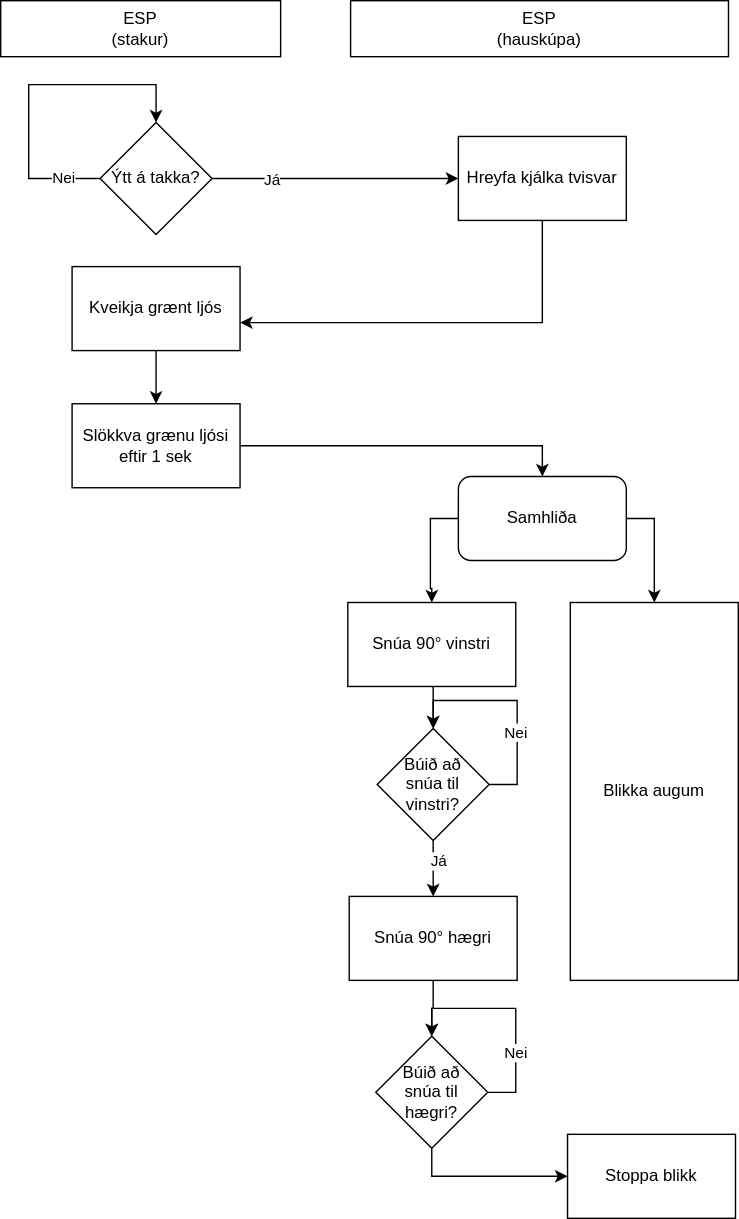
Above: Myndir/V25_v3_4.drawio.svg in VESM3/IOT (draw.io), before the change. Source tidied: cells renumbered, new cells last; positions are measured from the earlier drawing's top-left corner, leaving out a move shared by most shapes. Its diagram source:
```xml
<mxGraphModel>
  <root>
    <mxCell id="0" />
    <mxCell id="1" parent="0" />
    <mxCell id="2" value="ESP&lt;div&gt;(stakur)&lt;/div&gt;" style="shape=umlLifeline;perimeter=lifelinePerimeter;whiteSpace=wrap;html=1;newEdgeStyle={&quot;edgeStyle&quot;:&quot;elbowEdgeStyle&quot;,&quot;elbow&quot;:&quot;vertical&quot;,&quot;curved&quot;:0,&quot;rounded&quot;:0};" parent="1" vertex="1">
      <mxGeometry width="200" height="40" as="geometry" />
    </mxCell>
    <mxCell id="3" value="ESP&lt;div&gt;(hauskúpa)&lt;/div&gt;" style="shape=umlLifeline;perimeter=lifelinePerimeter;whiteSpace=wrap;html=1;newEdgeStyle={&quot;edgeStyle&quot;:&quot;elbowEdgeStyle&quot;,&quot;elbow&quot;:&quot;vertical&quot;,&quot;curved&quot;:0,&quot;rounded&quot;:0};" parent="1" vertex="1">
      <mxGeometry x="250" width="270" height="40" as="geometry" />
    </mxCell>
    <mxCell id="4" style="edgeStyle=orthogonalEdgeStyle;rounded=0;jettySize=auto;html=1;" parent="1" edge="1" source="6" target="9">
      <mxGeometry relative="1" as="geometry" />
    </mxCell>
    <mxCell id="5" value="Já" style="edgeLabel;html=1;align=center;verticalAlign=middle;" parent="4" vertex="1">
      <mxGeometry x="-0.29" y="1" relative="1" as="geometry">
        <mxPoint x="-21" y="1" as="offset" />
      </mxGeometry>
    </mxCell>
    <mxCell id="6" value="Ýtt á takka?" style="rhombus;whiteSpace=wrap;html=1;" parent="1" vertex="1">
      <mxGeometry x="71" y="87" width="80" height="80" as="geometry" />
    </mxCell>
    <mxCell id="7" style="edgeStyle=orthogonalEdgeStyle;rounded=0;orthogonalLoop=1;jettySize=auto;html=1;exitX=0;exitY=0.5;exitDx=0;exitDy=0;entryX=0.5;entryY=0;entryDx=0;entryDy=0;" parent="1" edge="1" source="6" target="6">
      <mxGeometry relative="1" as="geometry">
        <Array as="points">
          <mxPoint x="20" y="127" />
          <mxPoint x="20" y="60" />
          <mxPoint x="111" y="60" />
        </Array>
      </mxGeometry>
    </mxCell>
    <mxCell id="8" value="Nei" style="edgeLabel;html=1;align=center;verticalAlign=middle;" parent="7" vertex="1">
      <mxGeometry x="-0.77" y="-2" relative="1" as="geometry">
        <mxPoint y="1" as="offset" />
      </mxGeometry>
    </mxCell>
    <mxCell id="9" value="Hreyfa kjálka tvisvar" style="whiteSpace=wrap;html=1;" parent="1" vertex="1">
      <mxGeometry x="327" y="97" width="120" height="60" as="geometry" />
    </mxCell>
    <mxCell id="10" style="edgeStyle=orthogonalEdgeStyle;rounded=0;jettySize=auto;html=1;exitX=0.5;exitY=1;exitDx=0;exitDy=0;" parent="1" edge="1" source="9" target="12">
      <mxGeometry relative="1" as="geometry">
        <Array as="points">
          <mxPoint x="387" y="230" />
        </Array>
      </mxGeometry>
    </mxCell>
    <mxCell id="11" style="edgeStyle=orthogonalEdgeStyle;rounded=0;jettySize=auto;html=1;" parent="1" edge="1" source="12" target="14">
      <mxGeometry relative="1" as="geometry" />
    </mxCell>
    <mxCell id="12" value="Kveikja grænt ljós" style="whiteSpace=wrap;html=1;" parent="1" vertex="1">
      <mxGeometry x="51" y="190" width="120" height="60" as="geometry" />
    </mxCell>
    <mxCell id="13" style="edgeStyle=orthogonalEdgeStyle;rounded=0;jettySize=auto;html=1;exitX=1;exitY=0.5;exitDx=0;exitDy=0;entryX=0.5;entryY=0;entryDx=0;entryDy=0;" parent="1" edge="1" source="14" target="19">
      <mxGeometry relative="1" as="geometry" />
    </mxCell>
    <mxCell id="14" value="Slökkva grænu ljósi eftir 1 sek" style="whiteSpace=wrap;html=1;" parent="1" vertex="1">
      <mxGeometry x="51" y="288" width="120" height="60" as="geometry" />
    </mxCell>
    <mxCell id="15" style="edgeStyle=orthogonalEdgeStyle;rounded=0;jettySize=auto;html=1;exitX=0.5;exitY=1;exitDx=0;exitDy=0;entryX=0.5;entryY=0;entryDx=0;entryDy=0;" parent="1" edge="1" source="16" target="25">
      <mxGeometry relative="1" as="geometry" />
    </mxCell>
    <mxCell id="16" value="Snúa 90° vinstri" style="whiteSpace=wrap;html=1;" parent="1" vertex="1">
      <mxGeometry x="248" y="430" width="120" height="60" as="geometry" />
    </mxCell>
    <mxCell id="17" style="edgeStyle=orthogonalEdgeStyle;rounded=0;jettySize=auto;html=1;exitX=0;exitY=0.5;exitDx=0;exitDy=0;entryX=0.5;entryY=0;entryDx=0;entryDy=0;" parent="1" edge="1" source="19" target="16">
      <mxGeometry relative="1" as="geometry" />
    </mxCell>
    <mxCell id="18" style="edgeStyle=orthogonalEdgeStyle;rounded=0;jettySize=auto;html=1;exitX=1;exitY=0.5;exitDx=0;exitDy=0;entryX=0.5;entryY=0;entryDx=0;entryDy=0;" parent="1" edge="1" source="19" target="20">
      <mxGeometry relative="1" as="geometry" />
    </mxCell>
    <mxCell id="19" value="Samhliða" style="rounded=1;whiteSpace=wrap;html=1;" parent="1" vertex="1">
      <mxGeometry x="327" y="340" width="120" height="60" as="geometry" />
    </mxCell>
    <mxCell id="20" value="Blikka augum" style="whiteSpace=wrap;html=1;" parent="1" vertex="1">
      <mxGeometry x="407" y="430" width="120" height="270" as="geometry" />
    </mxCell>
    <mxCell id="21" style="edgeStyle=orthogonalEdgeStyle;rounded=0;jettySize=auto;html=1;exitX=0.5;exitY=1;exitDx=0;exitDy=0;entryX=0.5;entryY=0;entryDx=0;entryDy=0;" parent="1" edge="1" source="22" target="31">
      <mxGeometry relative="1" as="geometry" />
    </mxCell>
    <mxCell id="22" value="Snúa 90° hægri" style="whiteSpace=wrap;html=1;" parent="1" vertex="1">
      <mxGeometry x="249" y="640" width="120" height="60" as="geometry" />
    </mxCell>
    <mxCell id="23" style="edgeStyle=orthogonalEdgeStyle;rounded=0;jettySize=auto;html=1;exitX=0.5;exitY=1;exitDx=0;exitDy=0;entryX=0.5;entryY=0;entryDx=0;entryDy=0;" parent="1" edge="1" source="25" target="22">
      <mxGeometry relative="1" as="geometry" />
    </mxCell>
    <mxCell id="24" value="Já" style="edgeLabel;html=1;align=center;verticalAlign=middle;" parent="23" vertex="1">
      <mxGeometry x="-0.28" y="3" relative="1" as="geometry" />
    </mxCell>
    <mxCell id="25" value="Búið að&lt;div&gt;snúa til&lt;/div&gt;&lt;div&gt;vinstri?&lt;/div&gt;" style="rhombus;whiteSpace=wrap;html=1;" parent="1" vertex="1">
      <mxGeometry x="269" y="520" width="80" height="80" as="geometry" />
    </mxCell>
    <mxCell id="26" style="edgeStyle=orthogonalEdgeStyle;rounded=0;orthogonalLoop=1;jettySize=auto;html=1;exitX=1;exitY=0.5;exitDx=0;exitDy=0;entryX=0.5;entryY=0;entryDx=0;entryDy=0;" parent="1" edge="1" source="25" target="25">
      <mxGeometry relative="1" as="geometry">
        <Array as="points">
          <mxPoint x="369" y="560" />
          <mxPoint x="369" y="500" />
          <mxPoint x="309" y="500" />
        </Array>
      </mxGeometry>
    </mxCell>
    <mxCell id="27" value="Nei" style="edgeLabel;html=1;align=center;verticalAlign=middle;" parent="26" vertex="1">
      <mxGeometry x="-0.27" y="2" relative="1" as="geometry" />
    </mxCell>
    <mxCell id="28" style="edgeStyle=orthogonalEdgeStyle;rounded=0;orthogonalLoop=1;jettySize=auto;html=1;exitX=1;exitY=0.5;exitDx=0;exitDy=0;entryX=0.5;entryY=0;entryDx=0;entryDy=0;" parent="1" edge="1" source="31" target="31">
      <mxGeometry relative="1" as="geometry">
        <Array as="points">
          <mxPoint x="368" y="780" />
          <mxPoint x="368" y="720" />
          <mxPoint x="308" y="720" />
        </Array>
      </mxGeometry>
    </mxCell>
    <mxCell id="29" value="Nei" style="edgeLabel;html=1;align=center;verticalAlign=middle;" parent="28" vertex="1">
      <mxGeometry x="-0.39" y="1" relative="1" as="geometry" />
    </mxCell>
    <mxCell id="30" style="edgeStyle=orthogonalEdgeStyle;rounded=0;jettySize=auto;html=1;exitX=0.5;exitY=1;exitDx=0;exitDy=0;entryX=0;entryY=0.5;entryDx=0;entryDy=0;" parent="1" edge="1" source="31" target="33">
      <mxGeometry relative="1" as="geometry" />
    </mxCell>
    <mxCell id="31" value="Búið að&lt;div&gt;snúa til&lt;/div&gt;&lt;div&gt;hægri?&lt;/div&gt;" style="rhombus;whiteSpace=wrap;html=1;" parent="1" vertex="1">
      <mxGeometry x="268" y="740" width="80" height="80" as="geometry" />
    </mxCell>
    <mxCell id="32" style="edgeStyle=orthogonalEdgeStyle;rounded=0;orthogonalLoop=1;jettySize=auto;html=1;exitX=0.5;exitY=1;exitDx=0;exitDy=0;" parent="1" edge="1" source="20" target="20">
      <mxGeometry relative="1" as="geometry" />
    </mxCell>
    <mxCell id="33" value="Stoppa blikk" style="whiteSpace=wrap;html=1;" parent="1" vertex="1">
      <mxGeometry x="405" y="810" width="120" height="60" as="geometry" />
    </mxCell>
  </root>
</mxGraphModel>
```
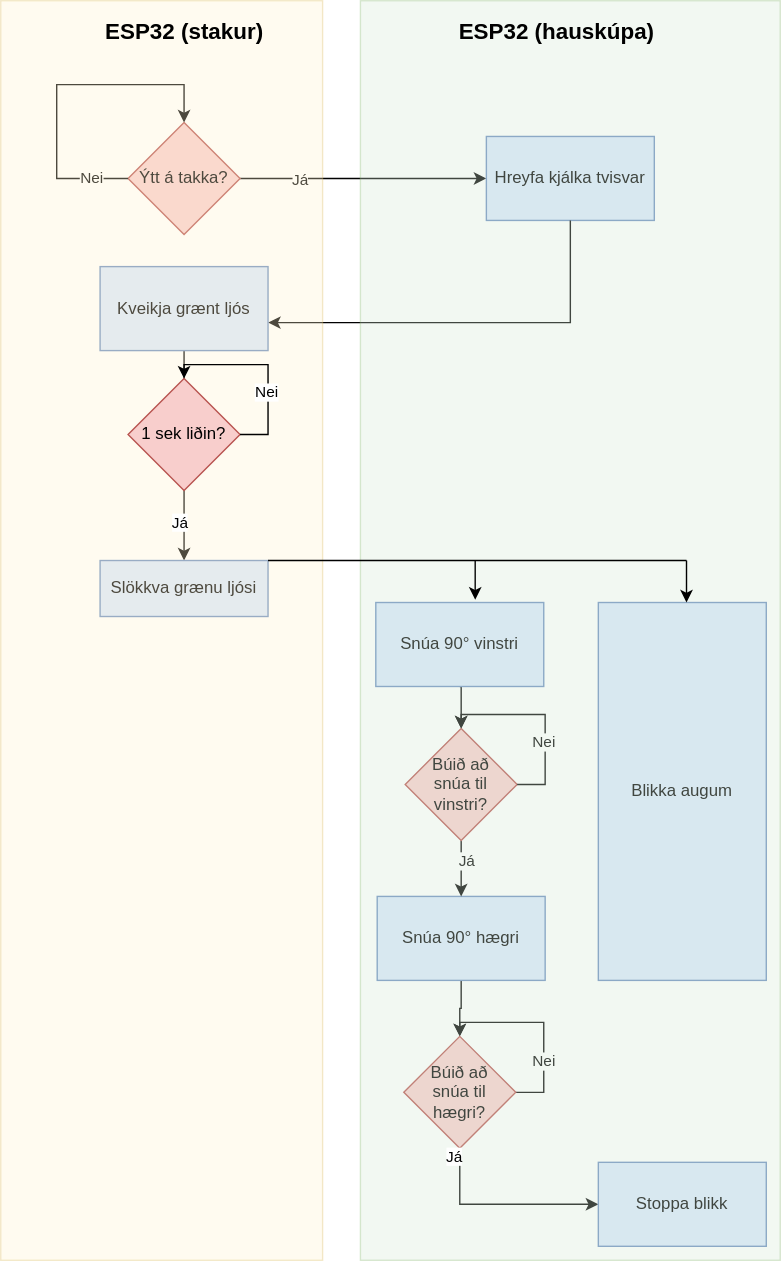
The same file after the commit.

The edit, as a diff of the source:
```diff
@@ -2,12 +2,6 @@
   <root>
     <mxCell id="0" />
     <mxCell id="1" parent="0" />
-    <mxCell id="2" value="ESP&lt;div&gt;(stakur)&lt;/div&gt;" style="shape=umlLifeline;perimeter=lifelinePerimeter;whiteSpace=wrap;html=1;newEdgeStyle={&quot;edgeStyle&quot;:&quot;elbowEdgeStyle&quot;,&quot;elbow&quot;:&quot;vertical&quot;,&quot;curved&quot;:0,&quot;rounded&quot;:0};" parent="1" vertex="1">
-      <mxGeometry width="200" height="40" as="geometry" />
-    </mxCell>
-    <mxCell id="3" value="ESP&lt;div&gt;(hauskúpa)&lt;/div&gt;" style="shape=umlLifeline;perimeter=lifelinePerimeter;whiteSpace=wrap;html=1;newEdgeStyle={&quot;edgeStyle&quot;:&quot;elbowEdgeStyle&quot;,&quot;elbow&quot;:&quot;vertical&quot;,&quot;curved&quot;:0,&quot;rounded&quot;:0};" parent="1" vertex="1">
-      <mxGeometry x="250" width="270" height="40" as="geometry" />
-    </mxCell>
     <mxCell id="4" style="edgeStyle=orthogonalEdgeStyle;rounded=0;jettySize=auto;html=1;" parent="1" edge="1" source="6" target="9">
       <mxGeometry relative="1" as="geometry" />
     </mxCell>
@@ -16,7 +10,7 @@
         <mxPoint x="-21" y="1" as="offset" />
       </mxGeometry>
     </mxCell>
-    <mxCell id="6" value="Ýtt á takka?" style="rhombus;whiteSpace=wrap;html=1;" parent="1" vertex="1">
+    <mxCell id="6" value="Ýtt á takka?" style="rhombus;whiteSpace=wrap;html=1;fillColor=#f8cecc;strokeColor=#b85450;" parent="1" vertex="1">
       <mxGeometry x="71" y="87" width="80" height="80" as="geometry" />
     </mxCell>
     <mxCell id="7" style="edgeStyle=orthogonalEdgeStyle;rounded=0;orthogonalLoop=1;jettySize=auto;html=1;exitX=0;exitY=0.5;exitDx=0;exitDy=0;entryX=0.5;entryY=0;entryDx=0;entryDy=0;" parent="1" edge="1" source="6" target="6">
@@ -33,7 +27,7 @@
         <mxPoint y="1" as="offset" />
       </mxGeometry>
     </mxCell>
-    <mxCell id="9" value="Hreyfa kjálka tvisvar" style="whiteSpace=wrap;html=1;" parent="1" vertex="1">
+    <mxCell id="9" value="Hreyfa kjálka tvisvar" style="whiteSpace=wrap;html=1;fillColor=#dae8fc;strokeColor=#6c8ebf;" parent="1" vertex="1">
       <mxGeometry x="327" y="97" width="120" height="60" as="geometry" />
     </mxCell>
     <mxCell id="10" style="edgeStyle=orthogonalEdgeStyle;rounded=0;jettySize=auto;html=1;exitX=0.5;exitY=1;exitDx=0;exitDy=0;" parent="1" edge="1" source="9" target="12">
@@ -46,37 +40,25 @@
     <mxCell id="11" style="edgeStyle=orthogonalEdgeStyle;rounded=0;jettySize=auto;html=1;" parent="1" edge="1" source="12" target="14">
       <mxGeometry relative="1" as="geometry" />
     </mxCell>
-    <mxCell id="12" value="Kveikja grænt ljós" style="whiteSpace=wrap;html=1;" parent="1" vertex="1">
+    <mxCell id="12" value="Kveikja grænt ljós" style="whiteSpace=wrap;html=1;fillColor=#dae8fc;strokeColor=#6c8ebf;" parent="1" vertex="1">
       <mxGeometry x="51" y="190" width="120" height="60" as="geometry" />
     </mxCell>
-    <mxCell id="13" style="edgeStyle=orthogonalEdgeStyle;rounded=0;jettySize=auto;html=1;exitX=1;exitY=0.5;exitDx=0;exitDy=0;entryX=0.5;entryY=0;entryDx=0;entryDy=0;" parent="1" edge="1" source="14" target="19">
-      <mxGeometry relative="1" as="geometry" />
-    </mxCell>
-    <mxCell id="14" value="Slökkva grænu ljósi eftir 1 sek" style="whiteSpace=wrap;html=1;" parent="1" vertex="1">
-      <mxGeometry x="51" y="288" width="120" height="60" as="geometry" />
+    <mxCell id="14" value="&lt;div&gt;&lt;br&gt;&lt;/div&gt;Slökkva grænu ljósi&lt;div&gt;&lt;br&gt;&lt;/div&gt;" style="whiteSpace=wrap;html=1;fillColor=#dae8fc;strokeColor=#6c8ebf;" parent="1" vertex="1">
+      <mxGeometry x="51" y="400" width="120" height="40" as="geometry" />
     </mxCell>
     <mxCell id="15" style="edgeStyle=orthogonalEdgeStyle;rounded=0;jettySize=auto;html=1;exitX=0.5;exitY=1;exitDx=0;exitDy=0;entryX=0.5;entryY=0;entryDx=0;entryDy=0;" parent="1" edge="1" source="16" target="25">
       <mxGeometry relative="1" as="geometry" />
     </mxCell>
-    <mxCell id="16" value="Snúa 90° vinstri" style="whiteSpace=wrap;html=1;" parent="1" vertex="1">
+    <mxCell id="16" value="Snúa 90° vinstri" style="whiteSpace=wrap;html=1;fillColor=#dae8fc;strokeColor=#6c8ebf;" parent="1" vertex="1">
       <mxGeometry x="248" y="430" width="120" height="60" as="geometry" />
     </mxCell>
-    <mxCell id="17" style="edgeStyle=orthogonalEdgeStyle;rounded=0;jettySize=auto;html=1;exitX=0;exitY=0.5;exitDx=0;exitDy=0;entryX=0.5;entryY=0;entryDx=0;entryDy=0;" parent="1" edge="1" source="19" target="16">
-      <mxGeometry relative="1" as="geometry" />
-    </mxCell>
-    <mxCell id="18" style="edgeStyle=orthogonalEdgeStyle;rounded=0;jettySize=auto;html=1;exitX=1;exitY=0.5;exitDx=0;exitDy=0;entryX=0.5;entryY=0;entryDx=0;entryDy=0;" parent="1" edge="1" source="19" target="20">
-      <mxGeometry relative="1" as="geometry" />
-    </mxCell>
-    <mxCell id="19" value="Samhliða" style="rounded=1;whiteSpace=wrap;html=1;" parent="1" vertex="1">
-      <mxGeometry x="327" y="340" width="120" height="60" as="geometry" />
-    </mxCell>
-    <mxCell id="20" value="Blikka augum" style="whiteSpace=wrap;html=1;" parent="1" vertex="1">
+    <mxCell id="20" value="Blikka augum" style="whiteSpace=wrap;html=1;fillColor=#dae8fc;strokeColor=#6c8ebf;" parent="1" vertex="1">
       <mxGeometry x="407" y="430" width="120" height="270" as="geometry" />
     </mxCell>
     <mxCell id="21" style="edgeStyle=orthogonalEdgeStyle;rounded=0;jettySize=auto;html=1;exitX=0.5;exitY=1;exitDx=0;exitDy=0;entryX=0.5;entryY=0;entryDx=0;entryDy=0;" parent="1" edge="1" source="22" target="31">
       <mxGeometry relative="1" as="geometry" />
     </mxCell>
-    <mxCell id="22" value="Snúa 90° hægri" style="whiteSpace=wrap;html=1;" parent="1" vertex="1">
+    <mxCell id="22" value="Snúa 90° hægri" style="whiteSpace=wrap;html=1;fillColor=#dae8fc;strokeColor=#6c8ebf;" parent="1" vertex="1">
       <mxGeometry x="249" y="640" width="120" height="60" as="geometry" />
     </mxCell>
     <mxCell id="23" style="edgeStyle=orthogonalEdgeStyle;rounded=0;jettySize=auto;html=1;exitX=0.5;exitY=1;exitDx=0;exitDy=0;entryX=0.5;entryY=0;entryDx=0;entryDy=0;" parent="1" edge="1" source="25" target="22">
@@ -85,15 +67,15 @@
     <mxCell id="24" value="Já" style="edgeLabel;html=1;align=center;verticalAlign=middle;" parent="23" vertex="1">
       <mxGeometry x="-0.28" y="3" relative="1" as="geometry" />
     </mxCell>
-    <mxCell id="25" value="Búið að&lt;div&gt;snúa til&lt;/div&gt;&lt;div&gt;vinstri?&lt;/div&gt;" style="rhombus;whiteSpace=wrap;html=1;" parent="1" vertex="1">
+    <mxCell id="25" value="Búið að&lt;div&gt;snúa til&lt;/div&gt;&lt;div&gt;vinstri?&lt;/div&gt;" style="rhombus;whiteSpace=wrap;html=1;fillColor=#f8cecc;strokeColor=#b85450;" parent="1" vertex="1">
       <mxGeometry x="269" y="520" width="80" height="80" as="geometry" />
     </mxCell>
     <mxCell id="26" style="edgeStyle=orthogonalEdgeStyle;rounded=0;orthogonalLoop=1;jettySize=auto;html=1;exitX=1;exitY=0.5;exitDx=0;exitDy=0;entryX=0.5;entryY=0;entryDx=0;entryDy=0;" parent="1" edge="1" source="25" target="25">
       <mxGeometry relative="1" as="geometry">
         <Array as="points">
           <mxPoint x="369" y="560" />
-          <mxPoint x="369" y="500" />
-          <mxPoint x="309" y="500" />
+          <mxPoint x="369" y="510" />
+          <mxPoint x="309" y="510" />
         </Array>
       </mxGeometry>
     </mxCell>
@@ -104,8 +86,8 @@
       <mxGeometry relative="1" as="geometry">
         <Array as="points">
           <mxPoint x="368" y="780" />
-          <mxPoint x="368" y="720" />
-          <mxPoint x="308" y="720" />
+          <mxPoint x="368" y="730" />
+          <mxPoint x="308" y="730" />
         </Array>
       </mxGeometry>
     </mxCell>
@@ -115,14 +97,68 @@
     <mxCell id="30" style="edgeStyle=orthogonalEdgeStyle;rounded=0;jettySize=auto;html=1;exitX=0.5;exitY=1;exitDx=0;exitDy=0;entryX=0;entryY=0.5;entryDx=0;entryDy=0;" parent="1" edge="1" source="31" target="33">
       <mxGeometry relative="1" as="geometry" />
     </mxCell>
-    <mxCell id="31" value="Búið að&lt;div&gt;snúa til&lt;/div&gt;&lt;div&gt;hægri?&lt;/div&gt;" style="rhombus;whiteSpace=wrap;html=1;" parent="1" vertex="1">
+    <mxCell id="31" value="Búið að&lt;div&gt;snúa til&lt;/div&gt;&lt;div&gt;hægri?&lt;/div&gt;" style="rhombus;whiteSpace=wrap;html=1;fillColor=#f8cecc;strokeColor=#b85450;" parent="1" vertex="1">
       <mxGeometry x="268" y="740" width="80" height="80" as="geometry" />
     </mxCell>
     <mxCell id="32" style="edgeStyle=orthogonalEdgeStyle;rounded=0;orthogonalLoop=1;jettySize=auto;html=1;exitX=0.5;exitY=1;exitDx=0;exitDy=0;" parent="1" edge="1" source="20" target="20">
       <mxGeometry relative="1" as="geometry" />
     </mxCell>
-    <mxCell id="33" value="Stoppa blikk" style="whiteSpace=wrap;html=1;" parent="1" vertex="1">
-      <mxGeometry x="405" y="810" width="120" height="60" as="geometry" />
+    <mxCell id="33" value="Stoppa blikk" style="whiteSpace=wrap;html=1;fillColor=#dae8fc;strokeColor=#6c8ebf;" parent="1" vertex="1">
+      <mxGeometry x="407" y="830" width="120" height="60" as="geometry" />
     </mxCell>
+    <mxCell id="34" style="rounded=0;whiteSpace=wrap;html=1;fillColor=#fff2cc;strokeColor=#d6b656;gradientColor=none;gradientDirection=east;opacity=30;" parent="1" vertex="1">
+      <mxGeometry x="-20" width="230" height="900" as="geometry" />
+    </mxCell>
+    <mxCell id="35" style="rounded=0;whiteSpace=wrap;html=1;fillColor=#d5e8d4;strokeColor=#82b366;gradientDirection=east;opacity=30;" parent="1" vertex="1">
+      <mxGeometry x="237" width="300" height="900" as="geometry" />
+    </mxCell>
+    <mxCell id="36" value="&lt;div&gt;&lt;font style=&quot;font-size: 16px;&quot;&gt;ESP32 (stakur)&lt;/font&gt;&lt;/div&gt;" style="text;strokeColor=none;fillColor=none;html=1;fontSize=24;fontStyle=1;verticalAlign=middle;align=center;" parent="1" vertex="1">
+      <mxGeometry x="61" width="100" height="40" as="geometry" />
+    </mxCell>
+    <mxCell id="37" value="&lt;div&gt;&lt;font style=&quot;font-size: 16px;&quot;&gt;ESP32 (hauskúpa&lt;/font&gt;&lt;span style=&quot;font-size: 16px; background-color: transparent; color: light-dark(rgb(0, 0, 0), rgb(255, 255, 255));&quot;&gt;)&lt;/span&gt;&lt;/div&gt;" style="text;strokeColor=none;fillColor=none;html=1;fontSize=24;fontStyle=1;verticalAlign=middle;align=center;" parent="1" vertex="1">
+      <mxGeometry x="327" width="100" height="40" as="geometry" />
+    </mxCell>
+    <mxCell id="38" style="endArrow=classic;html=1;rounded=0;entryX=0.592;entryY=-0.033;entryDx=0;entryDy=0;entryPerimeter=0;" parent="1" edge="1" target="16">
+      <mxGeometry relative="1" as="geometry">
+        <mxPoint x="319" y="400" as="sourcePoint" />
+      </mxGeometry>
+    </mxCell>
+    <mxCell id="39" value="Já" style="edgeLabel;html=1;align=center;verticalAlign=middle;" parent="1" vertex="1">
+      <mxGeometry x="320" y="610" as="geometry">
+        <mxPoint x="-17" y="215" as="offset" />
+      </mxGeometry>
+    </mxCell>
+    <mxCell id="40" value="1 sek liðin?" style="rhombus;whiteSpace=wrap;html=1;fillColor=#f8cecc;strokeColor=#b85450;" parent="1" vertex="1">
+      <mxGeometry x="71" y="270" width="80" height="80" as="geometry" />
+    </mxCell>
+    <mxCell id="41" style="edgeStyle=orthogonalEdgeStyle;rounded=0;orthogonalLoop=1;jettySize=auto;html=1;exitX=1;exitY=0.5;exitDx=0;exitDy=0;entryX=0.5;entryY=0;entryDx=0;entryDy=0;" parent="1" edge="1" source="40" target="40">
+      <mxGeometry relative="1" as="geometry">
+        <Array as="points">
+          <mxPoint x="171" y="310" />
+          <mxPoint x="171" y="260" />
+          <mxPoint x="111" y="260" />
+        </Array>
+      </mxGeometry>
+    </mxCell>
+    <mxCell id="42" value="Nei" style="edgeLabel;html=1;align=center;verticalAlign=middle;" parent="41" vertex="1">
+      <mxGeometry x="-0.27" y="2" relative="1" as="geometry" />
+    </mxCell>
+    <mxCell id="43" value="Já" style="edgeLabel;html=1;align=center;verticalAlign=middle;" parent="1" vertex="1">
+      <mxGeometry x="124" y="157" as="geometry">
+        <mxPoint x="-17" y="215" as="offset" />
+      </mxGeometry>
+    </mxCell>
+    <mxCell id="44" style="endArrow=none;html=1;rounded=0;" parent="1" edge="1">
+      <mxGeometry relative="1" as="geometry">
+        <mxPoint x="171" y="400" as="sourcePoint" />
+        <mxPoint x="470" y="400" as="targetPoint" />
+      </mxGeometry>
+    </mxCell>
+    <mxCell id="45" style="endArrow=classic;html=1;rounded=0;entryX=0.592;entryY=-0.033;entryDx=0;entryDy=0;entryPerimeter=0;" parent="1" edge="1">
+      <mxGeometry relative="1" as="geometry">
+        <mxPoint x="470" y="400" as="sourcePoint" />
+        <mxPoint x="470" y="430" as="targetPoint" />
+      </mxGeometry>
+    </mxCell>
   </root>
 </mxGraphModel>
```
